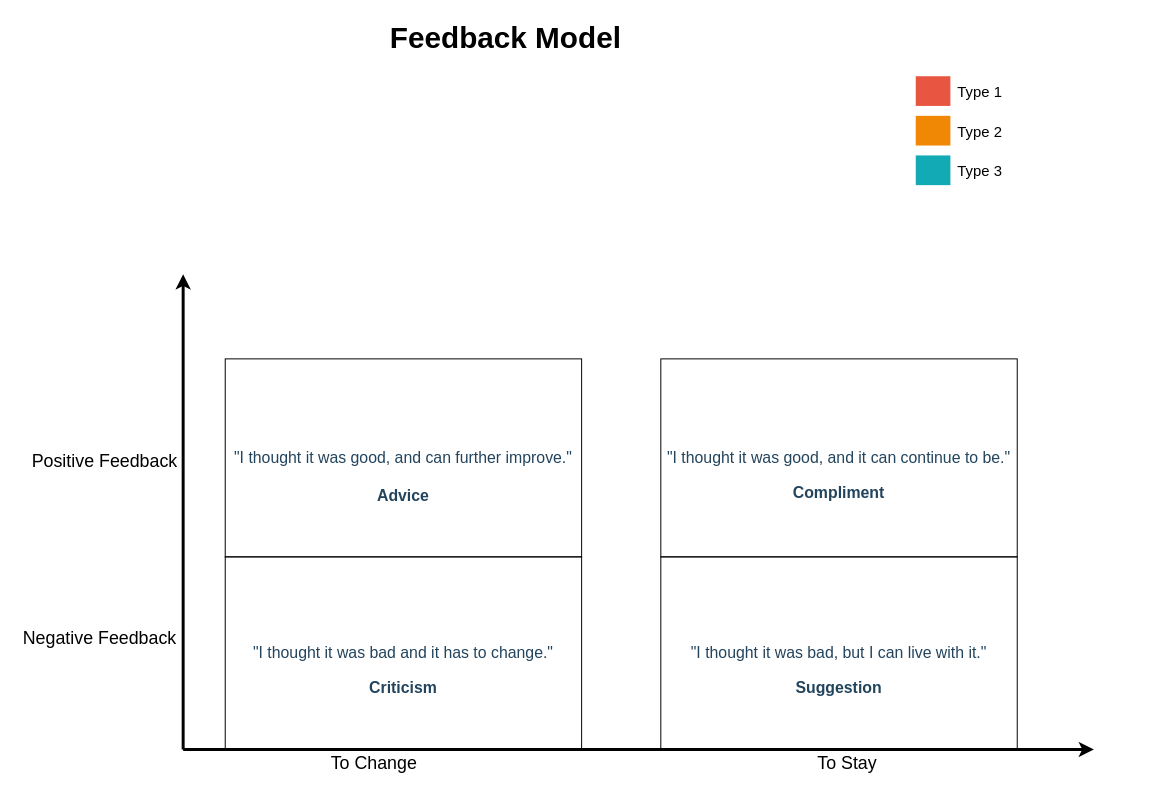
Earlier version of the draw.io diagram model.drawio (truongnhatbui/truongnhatbui). Source tidied: cells renumbered, new cells numbered last; positions are measured from the earlier drawing's top-left corner, leaving out a move shared by most shapes. Both pictures are drawn from the tidied source at 99%, with x=0, y=0 at pixel (17, 16).
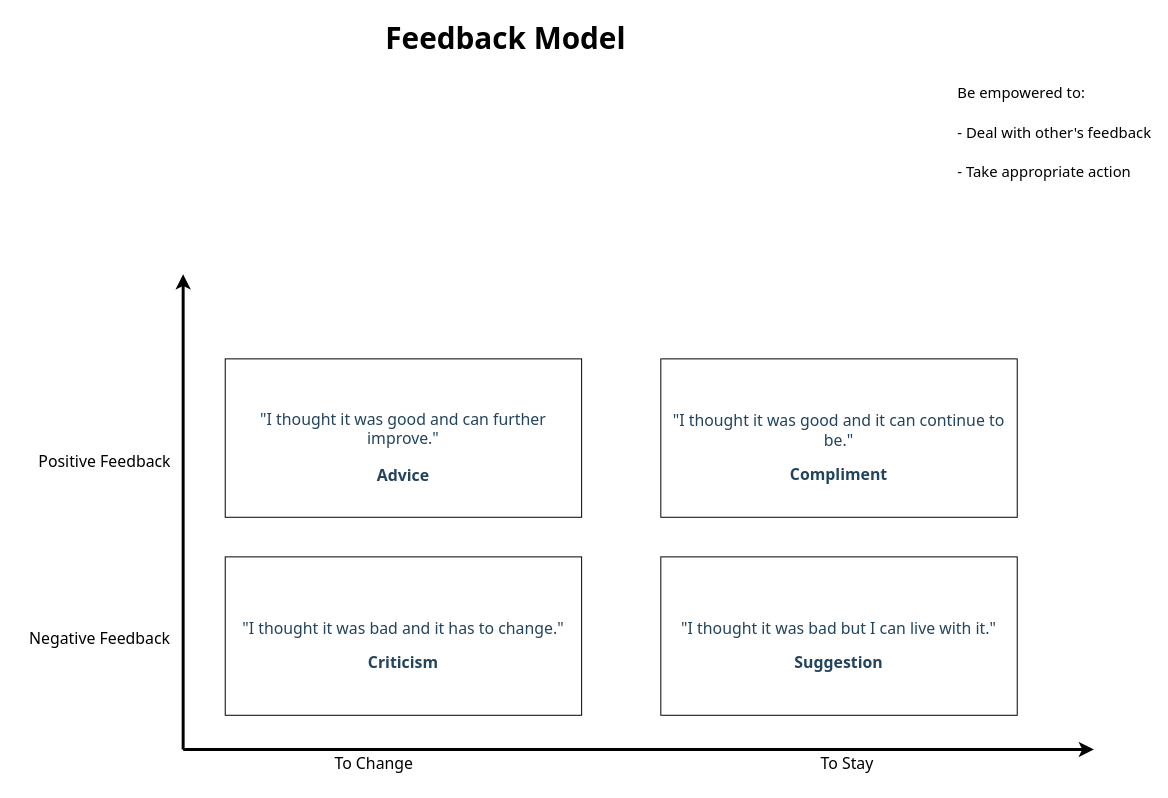
Above is the later version.

Diff of the diagram source:
```diff
@@
-    <mxCell id="2" value="&lt;p style=&quot;font-size: 16px;&quot;&gt;&lt;/p&gt;&lt;br style=&quot;font-size: 16px;&quot;&gt;&lt;p style=&quot;font-size: 16px;&quot;&gt;&quot;I thought it was bad and it has to change.&quot;&lt;/p&gt;&lt;p style=&quot;font-size: 16px;&quot;&gt;&lt;b style=&quot;font-size: 16px;&quot;&gt;Criticism&lt;/b&gt;&lt;br style=&quot;font-size: 16px;&quot;&gt;&lt;/p&gt;" style="whiteSpace=wrap;gradientColor=none;gradientDirection=east;html=1;fontColor=#23445d;fillColor=none;fontSize=16;" parent="1" vertex="1">
-      <mxGeometry x="210" y="546" width="360" height="194.5" as="geometry" />
+    <mxCell id="2" value="&lt;p style=&quot;font-size: 16px&quot;&gt;&lt;/p&gt;&lt;p style=&quot;font-size: 16px&quot;&gt;&lt;br&gt;&quot;I thought it was bad and it has to change.&quot;&lt;/p&gt;&lt;p style=&quot;font-size: 16px&quot;&gt;&lt;b style=&quot;font-size: 16px&quot;&gt;Criticism&lt;/b&gt;&lt;br style=&quot;font-size: 16px&quot;&gt;&lt;/p&gt;" style="whiteSpace=wrap;gradientColor=none;gradientDirection=east;html=1;fontColor=#23445d;fillColor=none;fontSize=16;fontFamily=Tahoma;" parent="1" vertex="1">
+      <mxGeometry x="210" y="546" width="360" height="160" as="geometry" />
     </mxCell>
-    <mxCell id="3" value="&lt;p style=&quot;font-size: 16px;&quot;&gt;&lt;/p&gt;&lt;br style=&quot;font-size: 16px;&quot;&gt;&lt;p style=&quot;font-size: 16px;&quot;&gt;&quot;I thought it was bad, but I can live with it.&quot;&lt;/p&gt;&lt;p style=&quot;font-size: 16px;&quot;&gt;&lt;b style=&quot;font-size: 16px;&quot;&gt;Suggestion&lt;/b&gt;&lt;/p&gt;" style="whiteSpace=wrap;gradientColor=none;gradientDirection=east;html=1;fontColor=#23445d;fillColor=none;fontSize=16;" parent="1" vertex="1">
-      <mxGeometry x="650" y="546" width="360" height="194.5" as="geometry" />
+    <mxCell id="3" value="&lt;p style=&quot;font-size: 16px&quot;&gt;&lt;/p&gt;&lt;p style=&quot;font-size: 16px&quot;&gt;&lt;br&gt;&quot;I thought it was bad but I can live with it.&quot;&lt;/p&gt;&lt;p style=&quot;font-size: 16px&quot;&gt;&lt;b style=&quot;font-size: 16px&quot;&gt;Suggestion&lt;/b&gt;&lt;/p&gt;" style="whiteSpace=wrap;gradientColor=none;gradientDirection=east;html=1;fontColor=#23445d;fillColor=none;fontSize=16;fontFamily=Tahoma;" parent="1" vertex="1">
+      <mxGeometry x="650" y="546" width="360" height="160" as="geometry" />
     </mxCell>
@@
-    <mxCell id="5" value="&lt;div style=&quot;font-size: 16px;&quot;&gt;&amp;nbsp;&lt;/div&gt;&lt;div style=&quot;font-size: 16px;&quot;&gt;&lt;br style=&quot;font-size: 16px;&quot;&gt;&lt;/div&gt;&lt;div style=&quot;font-size: 16px;&quot;&gt;&quot;I thought it was good, and can further improve.&quot;&lt;br style=&quot;font-size: 16px;&quot;&gt;&lt;br style=&quot;font-size: 16px;&quot;&gt;&lt;/div&gt;&lt;div style=&quot;font-size: 16px;&quot;&gt;&lt;b style=&quot;font-size: 16px;&quot;&gt;Advice&lt;/b&gt;&lt;br style=&quot;font-size: 16px;&quot;&gt;&lt;/div&gt;" style="whiteSpace=wrap;gradientColor=none;gradientDirection=east;html=1;fontColor=#23445d;fillColor=none;fontSize=16;" parent="1" vertex="1">
-      <mxGeometry x="210" y="346" width="360" height="200" as="geometry" />
+    <mxCell id="5" value="&lt;div style=&quot;font-size: 16px&quot;&gt;&amp;nbsp;&lt;/div&gt;&lt;div style=&quot;font-size: 16px&quot;&gt;&quot;I thought it was good and can further improve.&quot;&lt;br style=&quot;font-size: 16px&quot;&gt;&lt;br style=&quot;font-size: 16px&quot;&gt;&lt;/div&gt;&lt;div style=&quot;font-size: 16px&quot;&gt;&lt;b style=&quot;font-size: 16px&quot;&gt;Advice&lt;/b&gt;&lt;br style=&quot;font-size: 16px&quot;&gt;&lt;/div&gt;" style="whiteSpace=wrap;gradientColor=none;gradientDirection=east;html=1;fontColor=#23445d;fillColor=none;fontSize=16;fontFamily=Tahoma;" parent="1" vertex="1">
+      <mxGeometry x="210" y="346" width="360" height="160" as="geometry" />
     </mxCell>
-    <mxCell id="6" value="&lt;p style=&quot;font-size: 16px;&quot;&gt;&lt;/p&gt;&lt;br style=&quot;font-size: 16px;&quot;&gt;&lt;p style=&quot;font-size: 16px;&quot;&gt;&quot;I thought it was good, and it can continue to be.&quot;&lt;/p&gt;&lt;p style=&quot;font-size: 16px;&quot;&gt;&lt;b style=&quot;font-size: 16px;&quot;&gt;Compliment&lt;/b&gt;&lt;br style=&quot;font-size: 16px;&quot;&gt;&lt;/p&gt;" style="whiteSpace=wrap;gradientColor=none;gradientDirection=east;html=1;fontColor=#23445d;fillColor=none;fontSize=16;" parent="1" vertex="1">
-      <mxGeometry x="650" y="346" width="360" height="200" as="geometry" />
+    <mxCell id="6" value="&lt;p style=&quot;font-size: 16px&quot;&gt;&lt;/p&gt;&lt;p style=&quot;font-size: 16px&quot;&gt;&lt;span&gt;&lt;br&gt;&quot;I thought it was good and it can continue to be.&quot;&lt;/span&gt;&lt;br&gt;&lt;/p&gt;&lt;p style=&quot;font-size: 16px&quot;&gt;&lt;b style=&quot;font-size: 16px&quot;&gt;Compliment&lt;/b&gt;&lt;br style=&quot;font-size: 16px&quot;&gt;&lt;/p&gt;" style="whiteSpace=wrap;gradientColor=none;gradientDirection=east;html=1;fontColor=#23445d;fillColor=none;fontSize=16;fontFamily=Tahoma;" parent="1" vertex="1">
+      <mxGeometry x="650" y="346" width="360" height="160" as="geometry" />
     </mxCell>
@@
-    <mxCell id="8" value="To Change" style="text;spacingTop=-5;align=center;verticalAlign=middle;fontStyle=0;html=1;fontSize=18;strokeColor=none;" parent="1" vertex="1">
+    <mxCell id="8" value="To Change" style="text;spacingTop=-5;align=center;verticalAlign=middle;fontStyle=0;html=1;fontSize=16;strokeColor=none;fontFamily=Tahoma;" parent="1" vertex="1">
       <mxGeometry x="300" y="742.5" width="120" height="30" as="geometry" />
     </mxCell>
-    <mxCell id="9" value="To Stay" style="text;spacingTop=-5;align=center;verticalAlign=middle;fontStyle=0;html=1;fontSize=18;strokeColor=none;" parent="1" vertex="1">
+    <mxCell id="9" value="To Stay" style="text;spacingTop=-5;align=center;verticalAlign=middle;fontStyle=0;html=1;fontSize=16;strokeColor=none;fontFamily=Tahoma;" parent="1" vertex="1">
       <mxGeometry x="777.5" y="742.5" width="120" height="30" as="geometry" />
     </mxCell>
-    <mxCell id="10" style="whiteSpace=wrap;fillColor=#12AAB5;gradientColor=none;gradientDirection=east;strokeColor=none;html=1;fontColor=#23445d;" parent="1" vertex="1">
-      <mxGeometry x="907.5" y="140.5" width="35" height="30" as="geometry" />
-    </mxCell>
-    <mxCell id="11" style="whiteSpace=wrap;fillColor=#F08705;gradientColor=none;gradientDirection=east;strokeColor=none;html=1;fontColor=#23445d;" parent="1" vertex="1">
-      <mxGeometry x="907.5" y="100.5" width="35" height="30" as="geometry" />
-    </mxCell>
-    <mxCell id="12" style="whiteSpace=wrap;fillColor=#E85642;gradientColor=none;gradientDirection=east;strokeColor=none;html=1;fontColor=#23445d;" parent="1" vertex="1">
-      <mxGeometry x="907.5" y="60.5" width="35" height="30" as="geometry" />
-    </mxCell>
-    <mxCell id="13" value="Type 1" style="text;spacingTop=-5;html=1;fontSize=15;" parent="1" vertex="1">
+    <mxCell id="13" value="Be empowered to: " style="text;spacingTop=-5;html=1;fontSize=15;fontFamily=Tahoma;" parent="1" vertex="1">
       <mxGeometry x="947.5" y="65.5" width="80" height="20" as="geometry" />
     </mxCell>
-    <mxCell id="14" value="Type 2" style="text;spacingTop=-5;html=1;fontSize=15;" parent="1" vertex="1">
+    <mxCell id="14" value="- Deal with other's feedback" style="text;spacingTop=-5;html=1;fontSize=15;fontFamily=Tahoma;" parent="1" vertex="1">
       <mxGeometry x="947.5" y="105.5" width="80" height="20" as="geometry" />
     </mxCell>
-    <mxCell id="15" value="Type 3" style="text;spacingTop=-5;html=1;fontSize=15;" parent="1" vertex="1">
+    <mxCell id="15" value="- Take appropriate action " style="text;spacingTop=-5;html=1;fontSize=15;fontFamily=Tahoma;" parent="1" vertex="1">
       <mxGeometry x="947.5" y="145.5" width="80" height="20" as="geometry" />
     </mxCell>
-    <mxCell id="16" value="Negative Feedback" style="text;spacingTop=-5;align=center;verticalAlign=middle;fontStyle=0;html=1;fontSize=18;" parent="1" vertex="1">
+    <mxCell id="16" value="Negative Feedback" style="text;spacingTop=-5;align=center;verticalAlign=middle;fontStyle=0;html=1;fontSize=16;fontFamily=Tahoma;" parent="1" vertex="1">
       <mxGeometry y="566" width="165.5" height="130" as="geometry" />
     </mxCell>
-    <mxCell id="17" value="Positive Feedback" style="text;spacingTop=-5;align=center;verticalAlign=middle;fontStyle=0;html=1;fontSize=18;" parent="1" vertex="1">
+    <mxCell id="17" value="Positive Feedback" style="text;spacingTop=-5;align=center;verticalAlign=middle;fontStyle=0;html=1;fontSize=16;fontFamily=Tahoma;" parent="1" vertex="1">
       <mxGeometry x="10" y="387" width="155.5" height="130" as="geometry" />
     </mxCell>
-    <mxCell id="18" value="&lt;font style=&quot;font-size: 30px&quot;&gt;Feedback Model&lt;/font&gt;" style="text;spacingTop=-5;align=center;verticalAlign=middle;fontSize=30;fontStyle=1;html=1;" parent="1" vertex="1">
+    <mxCell id="18" value="&lt;font style=&quot;font-size: 30px&quot;&gt;Feedback Model&lt;/font&gt;" style="text;spacingTop=-5;align=center;verticalAlign=middle;fontSize=30;fontStyle=1;html=1;fontFamily=Tahoma;" parent="1" vertex="1">
       <mxGeometry x="87.5" y="0.5" width="810" height="45" as="geometry" />
     </mxCell>
```
